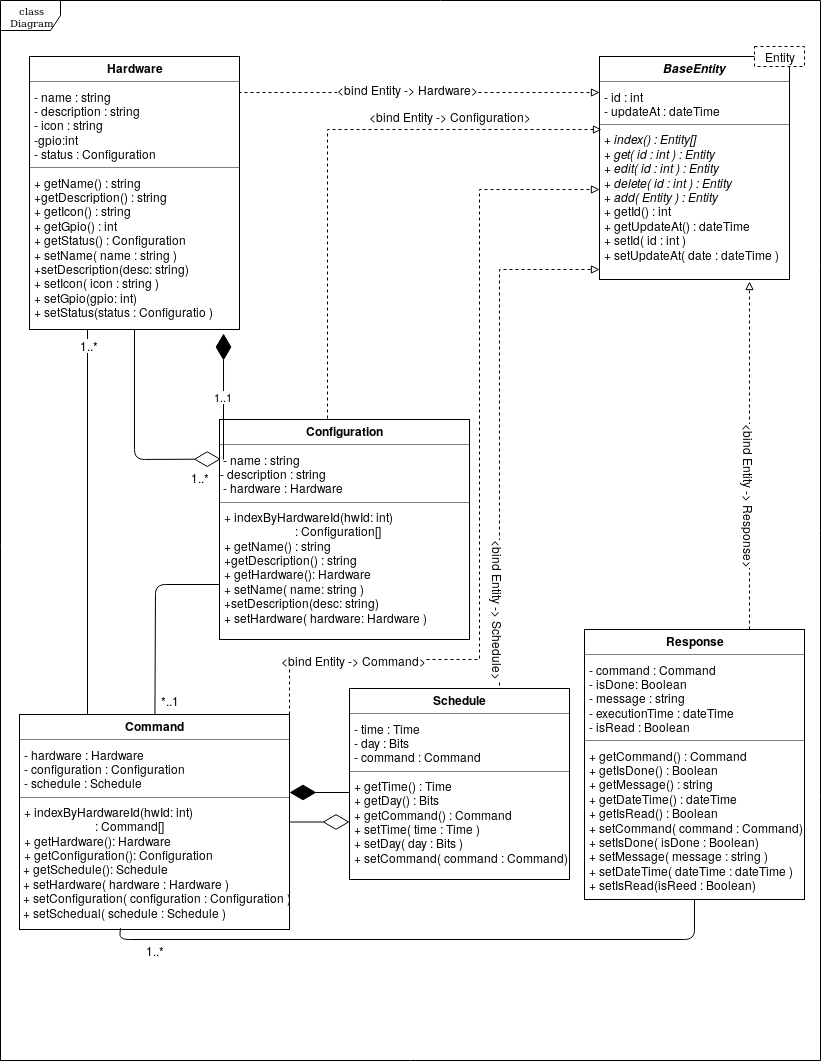
The draw.io diagram img/diagram_class1.png in reem-codes/gp, before a commit. Source tidied: cells renumbered, new cells last; positions are measured from the earlier drawing's top-left corner, leaving out a move shared by most shapes.
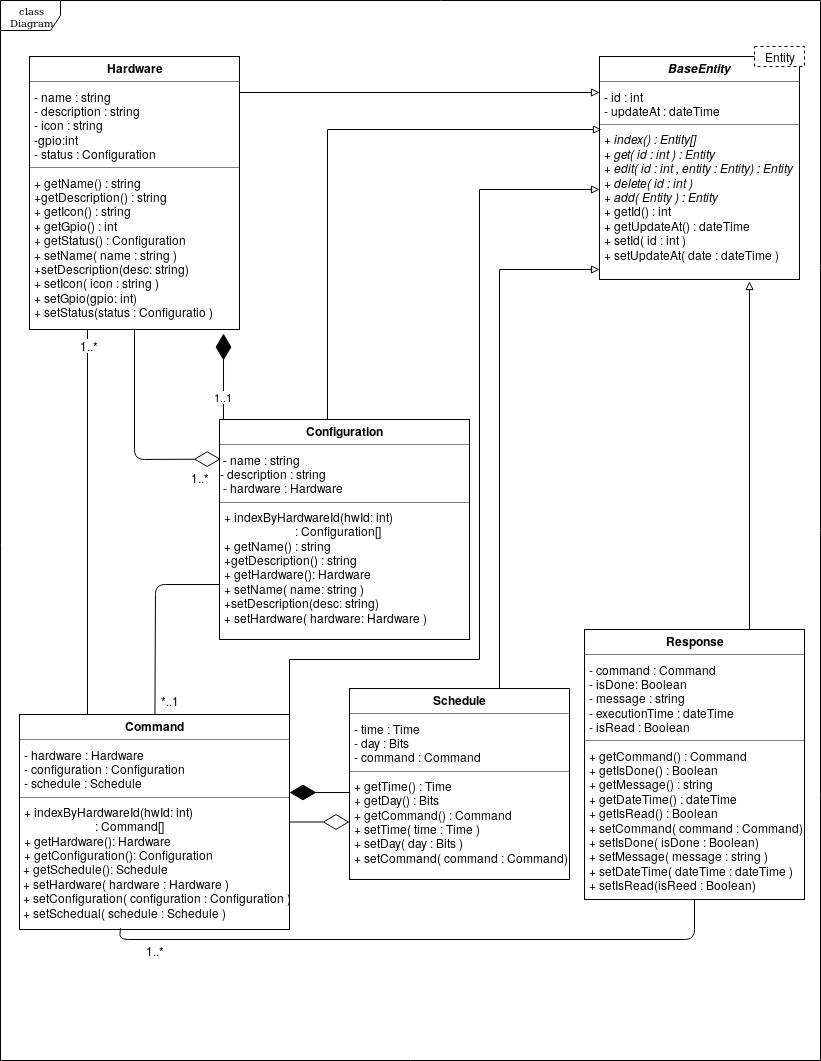
The same diagram one commit later.

What changed in the source:
```diff
@@ -2,22 +2,26 @@
   <root>
     <mxCell id="0" />
     <mxCell id="1" parent="0" />
+    <mxCell id="29" value="1..1" style="endArrow=diamondThin;endFill=1;endSize=24;html=1;entryX=0.924;entryY=1.015;entryDx=0;entryDy=0;entryPerimeter=0;startArrow=none;startFill=0;" parent="1" edge="1" target="12">
+      <mxGeometry relative="1" as="geometry">
+        <mxPoint x="223" y="459" as="sourcePoint" />
+      </mxGeometry>
+    </mxCell>
     <mxCell id="2" value="class Diagram" style="shape=umlFrame;whiteSpace=wrap;html=1;rounded=0;shadow=0;comic=0;labelBackgroundColor=none;strokeColor=#000000;strokeWidth=1;fillColor=#ffffff;fontFamily=Verdana;fontSize=10;fontColor=#000000;align=center;" parent="1" vertex="1">
       <mxGeometry width="820" height="1060" as="geometry" />
     </mxCell>
-    <mxCell id="3" value="&lt;p style=&quot;margin: 0px ; margin-top: 4px ; text-align: center&quot;&gt;&lt;b&gt;&lt;i&gt;BaseEntity&lt;/i&gt;&lt;/b&gt;&lt;/p&gt;&lt;hr size=&quot;1&quot;&gt;&lt;p style=&quot;margin: 0px ; margin-left: 4px&quot;&gt;- id : int&lt;br&gt;- updateAt : dateTime&lt;/p&gt;&lt;hr size=&quot;1&quot;&gt;&lt;p style=&quot;margin: 0px ; margin-left: 4px&quot;&gt;&lt;i&gt;+ index() : Entity[]&lt;br&gt;+ get( id : int ) : Entity&lt;/i&gt;&lt;/p&gt;&lt;p style=&quot;margin: 0px ; margin-left: 4px&quot;&gt;&lt;i&gt;+ edit( id : int ) : Entity&lt;/i&gt;&lt;/p&gt;&lt;p style=&quot;margin: 0px ; margin-left: 4px&quot;&gt;&lt;i&gt;+ delete( id : int ) : Entity&lt;/i&gt;&lt;/p&gt;&lt;p style=&quot;margin: 0px ; margin-left: 4px&quot;&gt;&lt;i&gt;+ add( Entity ) : Entity&lt;/i&gt;&lt;/p&gt;&lt;p style=&quot;margin: 0px ; margin-left: 4px&quot;&gt;+ getId() : int&lt;/p&gt;&lt;p style=&quot;margin: 0px ; margin-left: 4px&quot;&gt;+ getUpdateAt() : dateTime&lt;/p&gt;&lt;p style=&quot;margin: 0px ; margin-left: 4px&quot;&gt;+ setId( id : int )&lt;/p&gt;&lt;p style=&quot;margin: 0px ; margin-left: 4px&quot;&gt;+ setUpdateAt( date : dateTime )&lt;/p&gt;&lt;p style=&quot;margin: 0px ; margin-left: 4px&quot;&gt;&lt;br&gt;&lt;/p&gt;" style="verticalAlign=top;align=left;overflow=fill;fontSize=12;fontFamily=Helvetica;html=1;rounded=0;shadow=0;comic=0;labelBackgroundColor=none;strokeColor=#000000;strokeWidth=1;fillColor=#ffffff;" parent="1" vertex="1">
-      <mxGeometry x="599" y="56" width="190" height="223" as="geometry" />
+    <mxCell id="3" value="&lt;p style=&quot;margin: 0px ; margin-top: 4px ; text-align: center&quot;&gt;&lt;b&gt;&lt;i&gt;BaseEntity&lt;/i&gt;&lt;/b&gt;&lt;/p&gt;&lt;hr size=&quot;1&quot;&gt;&lt;p style=&quot;margin: 0px ; margin-left: 4px&quot;&gt;- id : int&lt;br&gt;- updateAt : dateTime&lt;/p&gt;&lt;hr size=&quot;1&quot;&gt;&lt;p style=&quot;margin: 0px ; margin-left: 4px&quot;&gt;&lt;i&gt;+ index() : Entity[]&lt;br&gt;+ get( id : int ) : Entity&lt;/i&gt;&lt;/p&gt;&lt;p style=&quot;margin: 0px ; margin-left: 4px&quot;&gt;&lt;i&gt;+ edit( id : int , entity : Entity) : Entity&lt;br&gt;&lt;/i&gt;&lt;/p&gt;&lt;p style=&quot;margin: 0px ; margin-left: 4px&quot;&gt;&lt;i&gt;+ delete( id : int ) &lt;br&gt;&lt;/i&gt;&lt;/p&gt;&lt;p style=&quot;margin: 0px ; margin-left: 4px&quot;&gt;&lt;i&gt;+ add( Entity ) : Entity&lt;/i&gt;&lt;/p&gt;&lt;p style=&quot;margin: 0px ; margin-left: 4px&quot;&gt;+ getId() : int&lt;/p&gt;&lt;p style=&quot;margin: 0px ; margin-left: 4px&quot;&gt;+ getUpdateAt() : dateTime&lt;/p&gt;&lt;p style=&quot;margin: 0px ; margin-left: 4px&quot;&gt;+ setId( id : int )&lt;/p&gt;&lt;p style=&quot;margin: 0px ; margin-left: 4px&quot;&gt;+ setUpdateAt( date : dateTime )&lt;/p&gt;&lt;p style=&quot;margin: 0px ; margin-left: 4px&quot;&gt;&lt;br&gt;&lt;/p&gt;" style="verticalAlign=top;align=left;overflow=fill;fontSize=12;fontFamily=Helvetica;html=1;rounded=0;shadow=0;comic=0;labelBackgroundColor=none;strokeColor=#000000;strokeWidth=1;fillColor=#ffffff;" parent="1" vertex="1">
+      <mxGeometry x="599" y="56" width="200" height="223" as="geometry" />
     </mxCell>
-    <mxCell id="4" style="edgeStyle=orthogonalEdgeStyle;rounded=0;jettySize=auto;html=1;exitX=0.75;exitY=0;exitDx=0;exitDy=0;entryX=0.789;entryY=1.008;entryDx=0;entryDy=0;entryPerimeter=0;endArrow=block;endFill=0;dashed=1;" parent="1" edge="1" source="6" target="3">
-      <mxGeometry relative="1" as="geometry" />
+    <mxCell id="4" style="edgeStyle=orthogonalEdgeStyle;rounded=0;jettySize=auto;html=1;exitX=0.75;exitY=0;exitDx=0;exitDy=0;endArrow=block;endFill=0;" parent="1" edge="1" source="6">
+      <mxGeometry relative="1" as="geometry">
+        <mxPoint x="749" y="281" as="targetPoint" />
+      </mxGeometry>
     </mxCell>
-    <mxCell id="5" value="&lt;div&gt;&amp;lt;bind Entity -&amp;gt; Response&amp;gt;&lt;/div&gt;" style="text;html=1;align=center;verticalAlign=middle;labelBackgroundColor=#ffffff;rotation=90;" parent="4" vertex="1">
-      <mxGeometry x="-0.23" y="-1" relative="1" as="geometry" />
-    </mxCell>
     <mxCell id="6" value="&lt;p style=&quot;margin: 0px ; margin-top: 4px ; text-align: center&quot;&gt;&lt;b&gt;Response&lt;/b&gt;&lt;/p&gt;&lt;hr size=&quot;1&quot;&gt;&lt;p style=&quot;margin: 0px ; margin-left: 4px&quot;&gt;- command : Command&lt;br&gt;- isDone: Boolean&lt;/p&gt;&lt;p style=&quot;margin: 0px ; margin-left: 4px&quot;&gt;- message : string&lt;/p&gt;&lt;p style=&quot;margin: 0px ; margin-left: 4px&quot;&gt;- executionTime : dateTime&lt;/p&gt;&lt;p style=&quot;margin: 0px ; margin-left: 4px&quot;&gt;- isRead : Boolean&lt;br&gt;&lt;/p&gt;&lt;hr size=&quot;1&quot;&gt;&lt;p style=&quot;margin: 0px 0px 0px 4px&quot;&gt;+ getCommand() : Command&lt;br&gt;+ getIsDone() : Boolean&lt;/p&gt;&lt;p style=&quot;margin: 0px 0px 0px 4px&quot;&gt;+ getMessage() : string&lt;/p&gt;&lt;p style=&quot;margin: 0px ; margin-left: 4px&quot;&gt;&lt;span&gt;+ getDateTime() : dateTime&lt;/span&gt;&lt;/p&gt;&lt;p style=&quot;margin: 0px ; margin-left: 4px&quot;&gt;&lt;span&gt;+ getIsRead() : Boolean&lt;/span&gt;&lt;/p&gt;&lt;p style=&quot;margin: 0px 0px 0px 4px&quot;&gt;+ setCommand( command : Command)&lt;br&gt;+ setIsDone( isDone : Boolean)&lt;/p&gt;&lt;p style=&quot;margin: 0px 0px 0px 4px&quot;&gt;+ setMessage( message : string )&lt;/p&gt;&lt;p style=&quot;margin: 0px 0px 0px 4px&quot;&gt;+ setDateTime( dateTime : dateTime )&lt;/p&gt;&lt;p style=&quot;margin: 0px 0px 0px 4px&quot;&gt;+ setIsRead(isReed : Boolean)&lt;/p&gt;" style="verticalAlign=top;align=left;overflow=fill;fontSize=12;fontFamily=Helvetica;html=1;rounded=0;shadow=0;comic=0;labelBackgroundColor=none;strokeColor=#000000;strokeWidth=1;fillColor=#ffffff;" parent="1" vertex="1">
       <mxGeometry x="584" y="629" width="220" height="270" as="geometry" />
     </mxCell>
-    <mxCell id="7" style="edgeStyle=orthogonalEdgeStyle;rounded=0;jettySize=auto;html=1;exitX=0.75;exitY=0;exitDx=0;exitDy=0;endArrow=block;endFill=0;dashed=1;" parent="1" edge="1" source="9">
+    <mxCell id="7" style="edgeStyle=orthogonalEdgeStyle;rounded=0;jettySize=auto;html=1;exitX=0.75;exitY=0;exitDx=0;exitDy=0;endArrow=block;endFill=0;" parent="1" edge="1" source="9">
       <mxGeometry relative="1" as="geometry">
         <mxPoint x="599" y="269" as="targetPoint" />
         <Array as="points">
@@ -26,15 +30,10 @@
         </Array>
       </mxGeometry>
     </mxCell>
-    <mxCell id="8" value="&lt;div&gt;&amp;lt;bind Entity -&amp;gt; Schedule&amp;gt;&lt;/div&gt;" style="text;html=1;align=center;verticalAlign=middle;labelBackgroundColor=#ffffff;rotation=90;" parent="7" vertex="1">
-      <mxGeometry x="-0.75" y="3" relative="1" as="geometry">
-        <mxPoint x="3" y="-26" as="offset" />
-      </mxGeometry>
-    </mxCell>
     <mxCell id="9" value="&lt;p style=&quot;margin: 0px ; margin-top: 4px ; text-align: center&quot;&gt;&lt;b&gt;Schedule&lt;/b&gt;&lt;br&gt;&lt;/p&gt;&lt;hr size=&quot;1&quot;&gt;&lt;p style=&quot;margin: 0px ; margin-left: 4px&quot;&gt;- time : Time&lt;br&gt;- day : Bits&lt;/p&gt;&lt;p style=&quot;margin: 0px ; margin-left: 4px&quot;&gt;- command : Command&lt;br&gt;&lt;/p&gt;&lt;hr size=&quot;1&quot;&gt;&lt;p style=&quot;margin: 0px ; margin-left: 4px&quot;&gt;+ getTime() : Time&lt;br&gt;+ getDay() : Bits&lt;/p&gt;&lt;p style=&quot;margin: 0px ; margin-left: 4px&quot;&gt;+ getCommand() : Command&lt;br&gt;&lt;/p&gt;&lt;p style=&quot;margin: 0px ; margin-left: 4px&quot;&gt;+ setTime( time : Time )&lt;/p&gt;&lt;p style=&quot;margin: 0px ; margin-left: 4px&quot;&gt;+ setDay( day : Bits )&lt;/p&gt;&lt;p style=&quot;margin: 0px ; margin-left: 4px&quot;&gt;+ setCommand( command : Command)&lt;br&gt;&lt;/p&gt;&lt;p style=&quot;margin: 0px ; margin-left: 4px&quot;&gt;&lt;br&gt;&lt;/p&gt;" style="verticalAlign=top;align=left;overflow=fill;fontSize=12;fontFamily=Helvetica;html=1;rounded=0;shadow=0;comic=0;labelBackgroundColor=none;strokeColor=#000000;strokeWidth=1;fillColor=#ffffff;" parent="1" vertex="1">
       <mxGeometry x="349" y="688" width="220" height="191" as="geometry" />
     </mxCell>
-    <mxCell id="10" style="edgeStyle=orthogonalEdgeStyle;rounded=0;jettySize=auto;html=1;exitX=1;exitY=0.136;exitDx=0;exitDy=0;endArrow=block;endFill=0;dashed=1;exitPerimeter=0;" parent="1" edge="1" source="12">
+    <mxCell id="10" style="edgeStyle=orthogonalEdgeStyle;rounded=0;jettySize=auto;html=1;exitX=1;exitY=0.136;exitDx=0;exitDy=0;endArrow=block;endFill=0;exitPerimeter=0;" parent="1" edge="1" source="12">
       <mxGeometry relative="1" as="geometry">
         <mxPoint x="599" y="92" as="targetPoint" />
         <Array as="points">
@@ -43,13 +42,10 @@
         </Array>
       </mxGeometry>
     </mxCell>
-    <mxCell id="11" value="&lt;div&gt;&amp;lt;bind Entity -&amp;gt; Hardware&amp;gt;&lt;/div&gt;" style="text;html=1;align=center;verticalAlign=middle;labelBackgroundColor=#ffffff;" parent="10" vertex="1">
-      <mxGeometry x="-0.07" y="4" relative="1" as="geometry" />
-    </mxCell>
     <mxCell id="12" value="&lt;p style=&quot;margin: 0px ; margin-top: 4px ; text-align: center&quot;&gt;&lt;b&gt;Hardware&lt;/b&gt;&lt;/p&gt;&lt;hr size=&quot;1&quot;&gt;&lt;p style=&quot;margin: 0px ; margin-left: 4px&quot;&gt;- name : string&lt;/p&gt;&lt;p style=&quot;margin: 0px ; margin-left: 4px&quot;&gt;- description : string&lt;/p&gt;&lt;p style=&quot;margin: 0px ; margin-left: 4px&quot;&gt;- icon : string&lt;/p&gt;&lt;p style=&quot;margin: 0px ; margin-left: 4px&quot;&gt;-gpio:int&lt;br&gt;&lt;/p&gt;&lt;p style=&quot;margin: 0px ; margin-left: 4px&quot;&gt;- status : Configuration&lt;/p&gt;&lt;hr size=&quot;1&quot;&gt;&lt;p style=&quot;margin: 0px ; margin-left: 4px&quot;&gt;+ getName() : string&lt;/p&gt;&lt;p style=&quot;margin: 0px ; margin-left: 4px&quot;&gt;+getDescription() : string&lt;/p&gt;&lt;p style=&quot;margin: 0px ; margin-left: 4px&quot;&gt;+ getIcon() : string&lt;/p&gt;&lt;p style=&quot;margin: 0px ; margin-left: 4px&quot;&gt;+ getGpio() : int&lt;br&gt;&lt;/p&gt;&lt;p style=&quot;margin: 0px ; margin-left: 4px&quot;&gt;+ getStatus() : Configuration&lt;/p&gt;&lt;p style=&quot;margin: 0px ; margin-left: 4px&quot;&gt;+ setName( name : string )&lt;/p&gt;&lt;p style=&quot;margin: 0px ; margin-left: 4px&quot;&gt;+setDescription(desc: string)&lt;/p&gt;&lt;p style=&quot;margin: 0px ; margin-left: 4px&quot;&gt;+ setIcon( icon : string )&lt;/p&gt;&lt;p style=&quot;margin: 0px ; margin-left: 4px&quot;&gt;+ setGpio(gpio: int)&lt;/p&gt;&lt;p style=&quot;margin: 0px ; margin-left: 4px&quot;&gt;+ setStatus(status : Configuratio )&lt;/p&gt;" style="verticalAlign=top;align=left;overflow=fill;fontSize=12;fontFamily=Helvetica;html=1;rounded=0;shadow=0;comic=0;labelBackgroundColor=none;strokeColor=#000000;strokeWidth=1;fillColor=#ffffff;" parent="1" vertex="1">
       <mxGeometry x="29" y="56" width="210" height="273" as="geometry" />
     </mxCell>
-    <mxCell id="13" style="edgeStyle=orthogonalEdgeStyle;rounded=0;jettySize=auto;html=1;exitX=0.5;exitY=0;exitDx=0;exitDy=0;endArrow=block;endFill=0;dashed=1;" parent="1" edge="1" source="15">
+    <mxCell id="13" style="edgeStyle=orthogonalEdgeStyle;rounded=0;jettySize=auto;html=1;exitX=0.5;exitY=0;exitDx=0;exitDy=0;endArrow=block;endFill=0;" parent="1" edge="1" source="15">
       <mxGeometry relative="1" as="geometry">
         <mxPoint x="601" y="129" as="targetPoint" />
         <Array as="points">
@@ -57,15 +53,10 @@
         </Array>
       </mxGeometry>
     </mxCell>
-    <mxCell id="14" value="&lt;div&gt;&amp;lt;bind Entity -&amp;gt; Configuration&amp;gt;&lt;/div&gt;" style="text;html=1;align=center;verticalAlign=middle;labelBackgroundColor=#ffffff;" parent="13" vertex="1">
-      <mxGeometry x="-0.18" y="-1" relative="1" as="geometry">
-        <mxPoint x="121" y="-81" as="offset" />
-      </mxGeometry>
-    </mxCell>
     <mxCell id="15" value="&lt;p style=&quot;margin: 0px ; margin-top: 4px ; text-align: center&quot;&gt;&lt;b&gt;Configuration&lt;/b&gt;&lt;br&gt;&lt;/p&gt;&lt;hr size=&quot;1&quot;&gt;&lt;div&gt;&amp;nbsp;- name : string&lt;/div&gt;&lt;div&gt;- description : string&lt;br&gt;&lt;/div&gt;&lt;span&gt;&amp;nbsp;- hardware : Hardware&lt;/span&gt;&lt;br&gt;&lt;hr size=&quot;1&quot;&gt;&lt;p style=&quot;margin: 0px ; margin-left: 4px&quot;&gt;+ indexByHardwareId(hwId: int)&lt;/p&gt;&amp;nbsp;&amp;nbsp;&amp;nbsp;&amp;nbsp;&amp;nbsp;&amp;nbsp;&amp;nbsp;&amp;nbsp;&amp;nbsp;&amp;nbsp;&amp;nbsp;&amp;nbsp;&amp;nbsp;&amp;nbsp;&amp;nbsp;&amp;nbsp;&amp;nbsp;&amp;nbsp;&amp;nbsp;&amp;nbsp;&amp;nbsp;&amp;nbsp;&amp;nbsp;&amp;nbsp; : Configuration[]&lt;p style=&quot;margin: 0px ; margin-left: 4px&quot;&gt;+ getName() : string&lt;/p&gt;&lt;p style=&quot;margin: 0px ; margin-left: 4px&quot;&gt;+getDescription() : string&lt;/p&gt;&lt;p style=&quot;margin: 0px ; margin-left: 4px&quot;&gt;+ getHardware(): Hardware&lt;/p&gt;&lt;p style=&quot;margin: 0px ; margin-left: 4px&quot;&gt;+ setName( name: string )&lt;/p&gt;&lt;p style=&quot;margin: 0px ; margin-left: 4px&quot;&gt;+setDescription(desc: string)&lt;/p&gt;&lt;p style=&quot;margin: 0px ; margin-left: 4px&quot;&gt;+ setHardware( hardware: Hardware )&lt;/p&gt;" style="verticalAlign=top;align=left;overflow=fill;fontSize=12;fontFamily=Helvetica;html=1;rounded=0;shadow=0;comic=0;labelBackgroundColor=none;strokeColor=#000000;strokeWidth=1;fillColor=#ffffff;" parent="1" vertex="1">
       <mxGeometry x="219" y="419" width="250" height="220" as="geometry" />
     </mxCell>
-    <mxCell id="16" style="edgeStyle=orthogonalEdgeStyle;rounded=0;jettySize=auto;html=1;exitX=1;exitY=0.25;exitDx=0;exitDy=0;endArrow=block;endFill=0;dashed=1;" parent="1" edge="1" source="19" target="3">
+    <mxCell id="16" style="edgeStyle=orthogonalEdgeStyle;rounded=0;jettySize=auto;html=1;exitX=1;exitY=0.25;exitDx=0;exitDy=0;endArrow=block;endFill=0;" parent="1" edge="1" source="19" target="3">
       <mxGeometry relative="1" as="geometry">
         <Array as="points">
           <mxPoint x="289" y="659" />
@@ -74,11 +65,6 @@
         </Array>
       </mxGeometry>
     </mxCell>
-    <mxCell id="17" value="&lt;div&gt;&amp;lt;bind Entity -&amp;gt; Command&amp;gt;&lt;/div&gt;" style="text;html=1;align=center;verticalAlign=middle;labelBackgroundColor=#ffffff;" parent="16" vertex="1">
-      <mxGeometry x="-0.41" y="1" relative="1" as="geometry">
-        <mxPoint x="-87" y="1" as="offset" />
-      </mxGeometry>
-    </mxCell>
     <mxCell id="18" value="&lt;div&gt;&lt;br&gt;&lt;/div&gt;&lt;div&gt;&lt;br&gt;&lt;/div&gt;" style="edgeStyle=orthogonalEdgeStyle;rounded=0;jettySize=auto;html=1;endArrow=diamondThin;endFill=0;endSize=24;" parent="1" edge="1" source="19" target="9">
       <mxGeometry x="1" y="-415" relative="1" as="geometry">
         <Array as="points">
@@ -143,11 +129,6 @@
         <mxPoint x="-159.5" y="13" as="offset" />
       </mxGeometry>
     </mxCell>
-    <mxCell id="29" value="1..1" style="endArrow=diamondThin;endFill=1;endSize=24;html=1;entryX=0.924;entryY=1.015;entryDx=0;entryDy=0;entryPerimeter=0;startArrow=none;startFill=0;" parent="1" edge="1" target="12">
-      <mxGeometry relative="1" as="geometry">
-        <mxPoint x="223" y="459" as="sourcePoint" />
-      </mxGeometry>
-    </mxCell>
     <mxCell id="30" value="Entity" style="rounded=0;whiteSpace=wrap;html=1;dashed=1;" parent="1" vertex="1">
       <mxGeometry x="754" y="46" width="50" height="20" as="geometry" />
     </mxCell>
```
